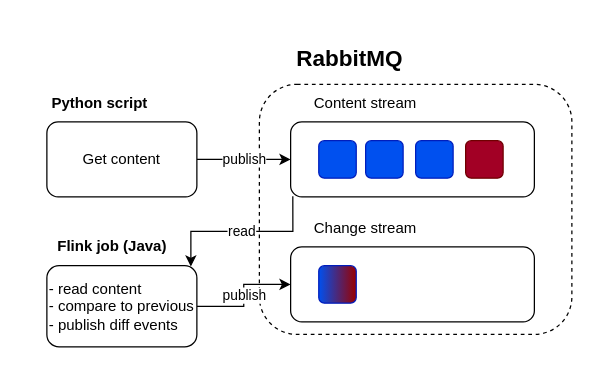
ppatrzyk/change-detector keeps this draw.io diagram as diagram.drawio. Above is the earlier version. Source tidied: cells renumbered, new cells numbered last; positions are measured from the earlier drawing's top-left corner, leaving out a move shared by most shapes. Both pictures are drawn from the tidied source at 125%, with x=0, y=0 at pixel (21, 21).
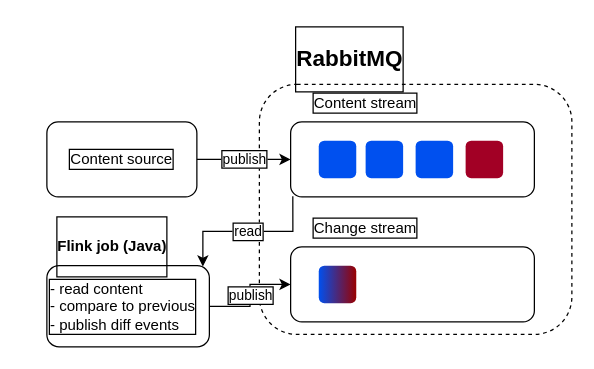
Above is the later version.

Commit message (it also covers changes not shown here):
read rabbit conn str from env vars; improve description

What changed in the source:
```diff
@@
-<mxGraphModel>
+<mxGraphModel background="#ffffff">
@@
-    <mxCell id="2" value="&lt;h2&gt;RabbitMQ&lt;/h2&gt;" style="text;html=1;align=center;verticalAlign=middle;whiteSpace=wrap;rounded=0;" parent="1" vertex="1">
+    <mxCell id="2" value="&lt;h2&gt;RabbitMQ&lt;/h2&gt;" style="text;html=1;align=center;verticalAlign=middle;whiteSpace=wrap;rounded=0;fontColor=#000000;labelBorderColor=default;strokeColor=none;" parent="1" vertex="1">
       <mxGeometry x="200" width="125" height="60" as="geometry" />
     </mxCell>
-    <mxCell id="3" style="rounded=1;whiteSpace=wrap;html=1;dashed=1;" parent="1" vertex="1">
+    <mxCell id="3" style="rounded=1;whiteSpace=wrap;html=1;dashed=1;fillColor=none;fontColor=#000000;labelBorderColor=default;strokeColor=#000000;" parent="1" vertex="1">
       <mxGeometry x="190" y="50" width="250" height="200" as="geometry" />
     </mxCell>
-    <mxCell id="4" style="edgeStyle=orthogonalEdgeStyle;rounded=0;orthogonalLoop=1;jettySize=auto;html=1;exitX=0.5;exitY=1;exitDx=0;exitDy=0;" parent="1" edge="1" source="3" target="3">
+    <mxCell id="4" style="edgeStyle=orthogonalEdgeStyle;rounded=0;orthogonalLoop=1;jettySize=auto;html=1;exitX=0.5;exitY=1;exitDx=0;exitDy=0;fontColor=#000000;labelBorderColor=default;strokeColor=none;" parent="1" edge="1" source="3" target="3">
       <mxGeometry relative="1" as="geometry" />
     </mxCell>
-    <mxCell id="5" style="rounded=1;whiteSpace=wrap;html=1;" parent="1" vertex="1">
+    <mxCell id="5" style="rounded=1;whiteSpace=wrap;html=1;fillColor=none;fontColor=#000000;labelBorderColor=default;strokeColor=#000000;" parent="1" vertex="1">
       <mxGeometry x="215" y="80" width="195" height="60" as="geometry" />
     </mxCell>
-    <mxCell id="6" value="Content stream" style="text;html=1;align=center;verticalAlign=middle;whiteSpace=wrap;rounded=0;" parent="1" vertex="1">
+    <mxCell id="6" value="Content stream" style="text;html=1;align=center;verticalAlign=middle;whiteSpace=wrap;rounded=0;fontColor=#000000;labelBorderColor=default;strokeColor=none;" parent="1" vertex="1">
       <mxGeometry x="215" y="50" width="120" height="30" as="geometry" />
     </mxCell>
-    <mxCell id="7" style="rounded=1;whiteSpace=wrap;html=1;" parent="1" vertex="1">
+    <mxCell id="7" style="rounded=1;whiteSpace=wrap;html=1;fillColor=none;fontColor=#000000;labelBorderColor=default;strokeColor=#000000;" parent="1" vertex="1">
       <mxGeometry x="215" y="180" width="195" height="60" as="geometry" />
     </mxCell>
-    <mxCell id="8" value="Change stream" style="text;html=1;align=center;verticalAlign=middle;whiteSpace=wrap;rounded=0;" parent="1" vertex="1">
+    <mxCell id="8" value="Change stream" style="text;html=1;align=center;verticalAlign=middle;whiteSpace=wrap;rounded=0;fontColor=#000000;labelBorderColor=default;strokeColor=none;" parent="1" vertex="1">
       <mxGeometry x="215" y="150" width="120" height="30" as="geometry" />
     </mxCell>
-    <mxCell id="9" style="rounded=1;whiteSpace=wrap;html=1;fillColor=#0050ef;fontColor=#ffffff;strokeColor=#001DBC;" parent="1" vertex="1">
+    <mxCell id="9" style="rounded=1;whiteSpace=wrap;html=1;fillColor=#0050ef;fontColor=#ffffff;strokeColor=none;" parent="1" vertex="1">
       <mxGeometry x="237.5" y="95" width="30" height="30" as="geometry" />
     </mxCell>
-    <mxCell id="10" style="rounded=1;whiteSpace=wrap;html=1;fillColor=#0050ef;fontColor=#ffffff;strokeColor=#001DBC;" parent="1" vertex="1">
+    <mxCell id="10" style="rounded=1;whiteSpace=wrap;html=1;fillColor=#0050ef;fontColor=#ffffff;strokeColor=none;" parent="1" vertex="1">
       <mxGeometry x="275" y="95" width="30" height="30" as="geometry" />
     </mxCell>
-    <mxCell id="11" style="rounded=1;whiteSpace=wrap;html=1;fillColor=#0050ef;fontColor=#ffffff;strokeColor=#001DBC;" parent="1" vertex="1">
+    <mxCell id="11" style="rounded=1;whiteSpace=wrap;html=1;fillColor=#0050ef;fontColor=#ffffff;strokeColor=none;" parent="1" vertex="1">
       <mxGeometry x="315" y="95" width="30" height="30" as="geometry" />
     </mxCell>
-    <mxCell id="12" style="rounded=1;whiteSpace=wrap;html=1;fillColor=#a20025;fontColor=#ffffff;strokeColor=#6F0000;" parent="1" vertex="1">
+    <mxCell id="12" style="rounded=1;whiteSpace=wrap;html=1;fillColor=#a20025;fontColor=#ffffff;strokeColor=none;" parent="1" vertex="1">
       <mxGeometry x="355" y="95" width="30" height="30" as="geometry" />
     </mxCell>
-    <mxCell id="13" value="publish" style="edgeStyle=orthogonalEdgeStyle;rounded=0;jettySize=auto;html=1;entryX=0;entryY=0.5;entryDx=0;entryDy=0;" parent="1" edge="1" source="14" target="5">
+    <mxCell id="13" value="publish" style="edgeStyle=orthogonalEdgeStyle;rounded=0;jettySize=auto;html=1;entryX=0;entryY=0.5;entryDx=0;entryDy=0;strokeColor=#000000;labelBackgroundColor=#FFFFFF;fontColor=#000000;labelBorderColor=default;" parent="1" edge="1" source="14" target="5">
       <mxGeometry relative="1" as="geometry" />
     </mxCell>
-    <mxCell id="14" value="Get content" style="rounded=1;whiteSpace=wrap;html=1;" parent="1" vertex="1">
+    <mxCell id="14" value="Content source" style="rounded=1;whiteSpace=wrap;html=1;fillColor=none;fontColor=#000000;labelBorderColor=default;strokeColor=#000000;" parent="1" vertex="1">
       <mxGeometry x="20" y="80" width="120" height="60" as="geometry" />
     </mxCell>
-    <mxCell id="15" style="rounded=1;whiteSpace=wrap;html=1;fillColor=#0050ef;fontColor=#ffffff;strokeColor=#001DBC;gradientColor=#990000;gradientDirection=east;" parent="1" vertex="1">
+    <mxCell id="15" style="rounded=1;whiteSpace=wrap;html=1;fillColor=#0050ef;fontColor=#ffffff;strokeColor=none;gradientColor=#990000;gradientDirection=east;" parent="1" vertex="1">
       <mxGeometry x="237.5" y="195" width="30" height="30" as="geometry" />
     </mxCell>
-    <mxCell id="16" value="&lt;h4&gt;Python script&lt;/h4&gt;" style="text;html=1;align=center;verticalAlign=middle;whiteSpace=wrap;rounded=0;" parent="1" vertex="1">
-      <mxGeometry y="35" width="125" height="60" as="geometry" />
-    </mxCell>
-    <mxCell id="17" value="read" style="edgeStyle=orthogonalEdgeStyle;rounded=0;jettySize=auto;html=1;exitX=0.009;exitY=0.993;exitDx=0;exitDy=0;entryX=0.96;entryY=0.012;entryDx=0;entryDy=0;entryPerimeter=0;exitPerimeter=0;" parent="1" edge="1" source="5" target="19">
+    <mxCell id="17" value="read" style="edgeStyle=orthogonalEdgeStyle;rounded=0;jettySize=auto;html=1;exitX=0.009;exitY=0.993;exitDx=0;exitDy=0;entryX=0.96;entryY=0.012;entryDx=0;entryDy=0;entryPerimeter=0;exitPerimeter=0;labelBackgroundColor=#FFFFFF;fontColor=#000000;labelBorderColor=default;strokeColor=#000000;" parent="1" edge="1" source="5" target="19">
       <mxGeometry relative="1" as="geometry" />
     </mxCell>
-    <mxCell id="18" value="publish" style="edgeStyle=orthogonalEdgeStyle;rounded=0;jettySize=auto;html=1;" parent="1" edge="1" source="19" target="7">
+    <mxCell id="18" value="publish" style="edgeStyle=orthogonalEdgeStyle;rounded=0;jettySize=auto;html=1;labelBackgroundColor=#FFFFFF;fontColor=#000000;labelBorderColor=default;strokeColor=#000000;" parent="1" edge="1" source="19" target="7">
       <mxGeometry relative="1" as="geometry" />
     </mxCell>
-    <mxCell id="19" value="&lt;span style=&quot;background-color: initial;&quot;&gt;- read content&lt;/span&gt;&lt;br&gt;&lt;span style=&quot;background-color: initial;&quot;&gt;- compare to previous&lt;/span&gt;&lt;br&gt;&lt;span style=&quot;background-color: initial;&quot;&gt;- publish diff events&lt;/span&gt;" style="rounded=1;whiteSpace=wrap;html=1;align=left;" parent="1" vertex="1">
-      <mxGeometry x="20" y="195" width="120" height="65" as="geometry" />
+    <mxCell id="19" value="&lt;span style=&quot;background-color: initial;&quot;&gt;- read content&lt;/span&gt;&lt;br&gt;&lt;span style=&quot;background-color: initial;&quot;&gt;- compare to previous&lt;/span&gt;&lt;br&gt;&lt;span style=&quot;background-color: initial;&quot;&gt;- publish diff events&lt;/span&gt;" style="rounded=1;whiteSpace=wrap;html=1;align=left;fillColor=none;fontColor=#000000;labelBorderColor=default;strokeColor=#000000;" parent="1" vertex="1">
+      <mxGeometry x="20" y="195" width="130" height="65" as="geometry" />
     </mxCell>
-    <mxCell id="20" value="&lt;h4&gt;Flink job (Java)&lt;/h4&gt;" style="text;html=1;align=center;verticalAlign=middle;whiteSpace=wrap;rounded=0;" parent="1" vertex="1">
+    <mxCell id="20" value="&lt;h4&gt;Flink job (Java)&lt;/h4&gt;" style="text;html=1;align=center;verticalAlign=middle;whiteSpace=wrap;rounded=0;fontColor=#000000;labelBorderColor=default;strokeColor=none;" parent="1" vertex="1">
       <mxGeometry x="10" y="150" width="125" height="60" as="geometry" />
     </mxCell>
```
